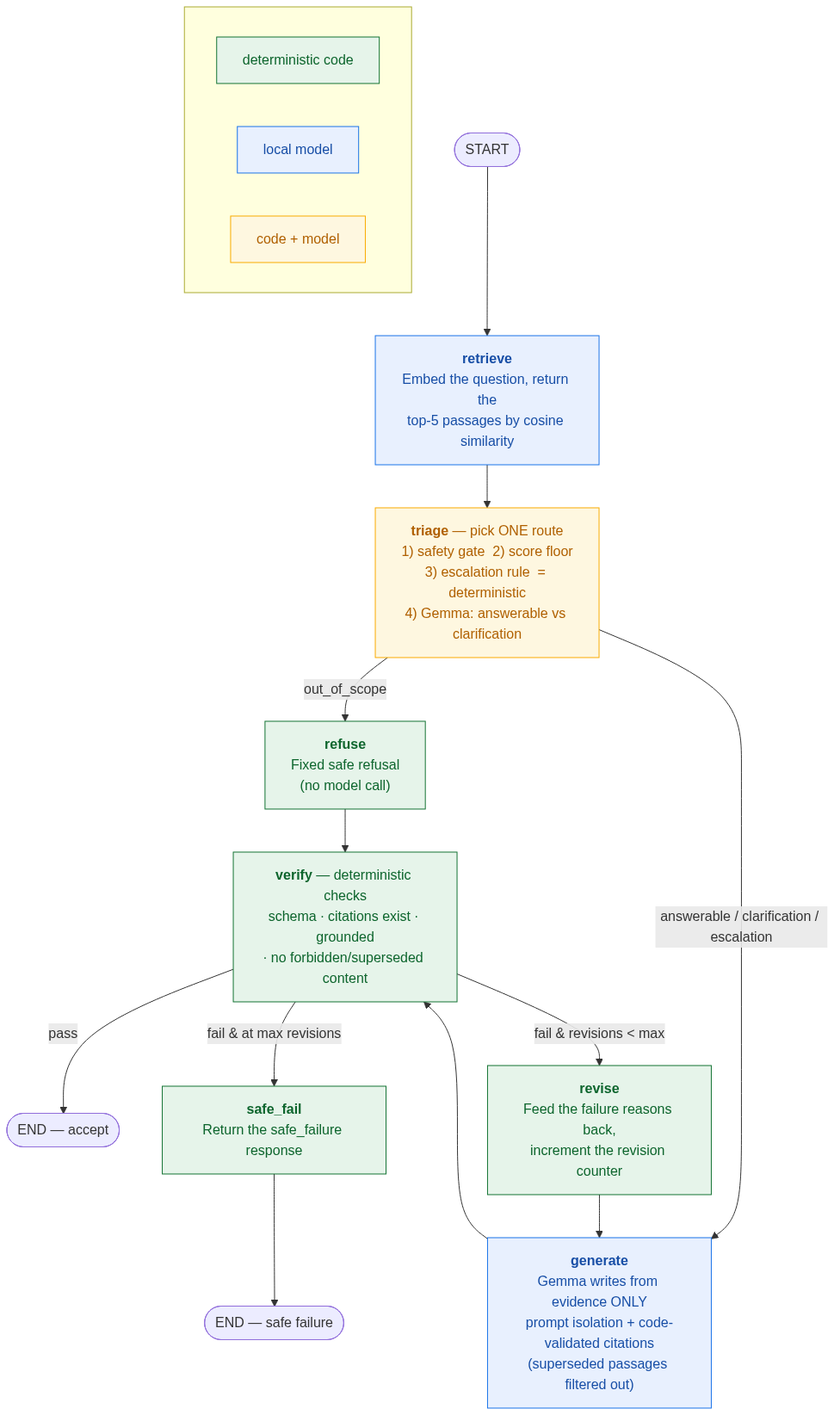
Above: docs/graph_annotated.png in Rahul-Malasani/orbitdesk-support-agent (Mermaid), before the change. Its source is kept beside it as docs/graph_annotated.mmd. Its diagram source:
```mermaid
flowchart TD
    START([START]) --> R

    R["<b>retrieve</b><br/>Embed the question, return the<br/>top-5 passages by cosine similarity"]:::model
    R --> T

    T["<b>triage</b> — pick ONE route<br/>1) safety gate  2) score floor<br/>3) escalation rule  = deterministic<br/>4) Gemma: answerable vs clarification"]:::mixed

    T -->|out_of_scope| RF["<b>refuse</b><br/>Fixed safe refusal<br/>(no model call)"]:::code
    T -->|"answerable / clarification / escalation"| G["<b>generate</b><br/>Gemma writes from evidence ONLY<br/>prompt isolation + code-validated citations<br/>(superseded passages filtered out)"]:::model

    RF --> V
    G --> V

    V["<b>verify</b> — deterministic checks<br/>schema · citations exist · grounded<br/>· no forbidden/superseded content"]:::code

    V -->|pass| ACC([END — accept])
    V -->|"fail &amp; revisions &lt; max"| RV["<b>revise</b><br/>Feed the failure reasons back,<br/>increment the revision counter"]:::code
    V -->|"fail &amp; at max revisions"| SF["<b>safe_fail</b><br/>Return the safe_failure response"]:::code

    RV --> G
    SF --> SFE([END — safe failure])

    subgraph Legend [ ]
      direction LR
      L1["deterministic code"]:::code
      L2["local model"]:::model
      L3["code + model"]:::mixed
    end

    classDef code fill:#e6f4ea,stroke:#137333,color:#0d652d
    classDef model fill:#e8f0fe,stroke:#1a73e8,color:#174ea6
    classDef mixed fill:#fef7e0,stroke:#f9ab00,color:#b06000
```
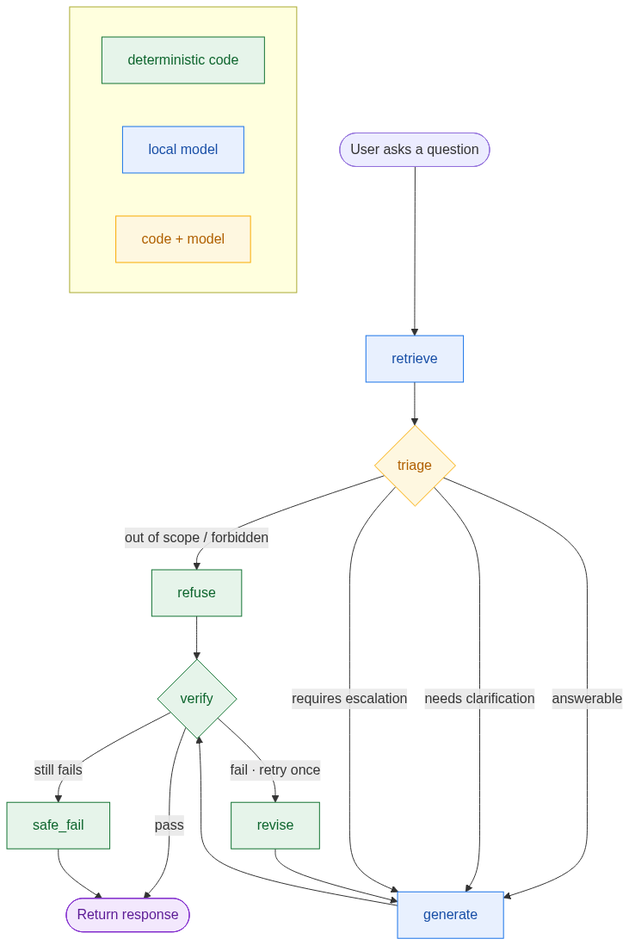
After the change.

Commit message:
Simplify graph diagram to distinct per-case paths; add graph_explained.md

Diff of the diagram source:
```diff
@@ -1,33 +1,29 @@
 flowchart TD
-    START([START]) --> R
+    Q([User asks a question]) --> R[retrieve]:::model
+    R --> T{triage}:::mixed
 
-    R["<b>retrieve</b><br/>Embed the question, return the<br/>top-5 passages by cosine similarity"]:::model
-    R --> T
+    T -->|out of scope / forbidden| RF[refuse]:::code
+    T -->|answerable| G[generate]:::model
+    T -->|needs clarification| G
+    T -->|requires escalation| G
 
-    T["<b>triage</b> — pick ONE route<br/>1) safety gate  2) score floor<br/>3) escalation rule  = deterministic<br/>4) Gemma: answerable vs clarification"]:::mixed
-
-    T -->|out_of_scope| RF["<b>refuse</b><br/>Fixed safe refusal<br/>(no model call)"]:::code
-    T -->|"answerable / clarification / escalation"| G["<b>generate</b><br/>Gemma writes from evidence ONLY<br/>prompt isolation + code-validated citations<br/>(superseded passages filtered out)"]:::model
-
-    RF --> V
+    RF --> V{verify}:::code
     G --> V
 
-    V["<b>verify</b> — deterministic checks<br/>schema · citations exist · grounded<br/>· no forbidden/superseded content"]:::code
-
-    V -->|pass| ACC([END — accept])
-    V -->|"fail &amp; revisions &lt; max"| RV["<b>revise</b><br/>Feed the failure reasons back,<br/>increment the revision counter"]:::code
-    V -->|"fail &amp; at max revisions"| SF["<b>safe_fail</b><br/>Return the safe_failure response"]:::code
-
+    V -->|pass| DONE([Return response]):::done
+    V -->|fail · retry once| RV[revise]:::code
+    V -->|still fails| SF[safe_fail]:::code
     RV --> G
-    SF --> SFE([END — safe failure])
+    SF --> DONE
 
     subgraph Legend [ ]
       direction LR
-      L1["deterministic code"]:::code
-      L2["local model"]:::model
-      L3["code + model"]:::mixed
+      L1[deterministic code]:::code
+      L2[local model]:::model
+      L3[code + model]:::mixed
     end
 
     classDef code fill:#e6f4ea,stroke:#137333,color:#0d652d
     classDef model fill:#e8f0fe,stroke:#1a73e8,color:#174ea6
     classDef mixed fill:#fef7e0,stroke:#f9ab00,color:#b06000
+    classDef done fill:#f3e8fd,stroke:#8430ce,color:#5b1a95
```
